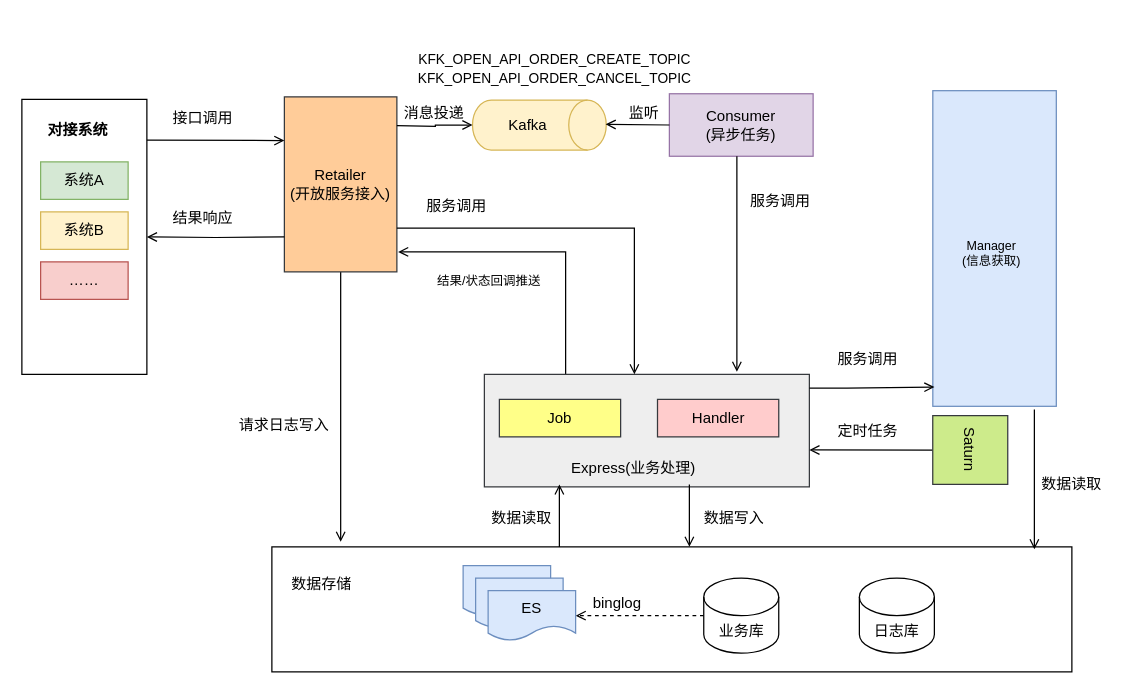
Above: page "标准接口方案设计" (5 of 7) of 导入.drawio in vvhard/draw_io (draw.io), before the change. Source tidied: cells renumbered, new cells numbered last; positions are measured from the earlier drawing's top-left corner, leaving out a move shared by most shapes. Both pictures are drawn from the tidied source at 125%, with x=0, y=0 at pixel (21, 49).
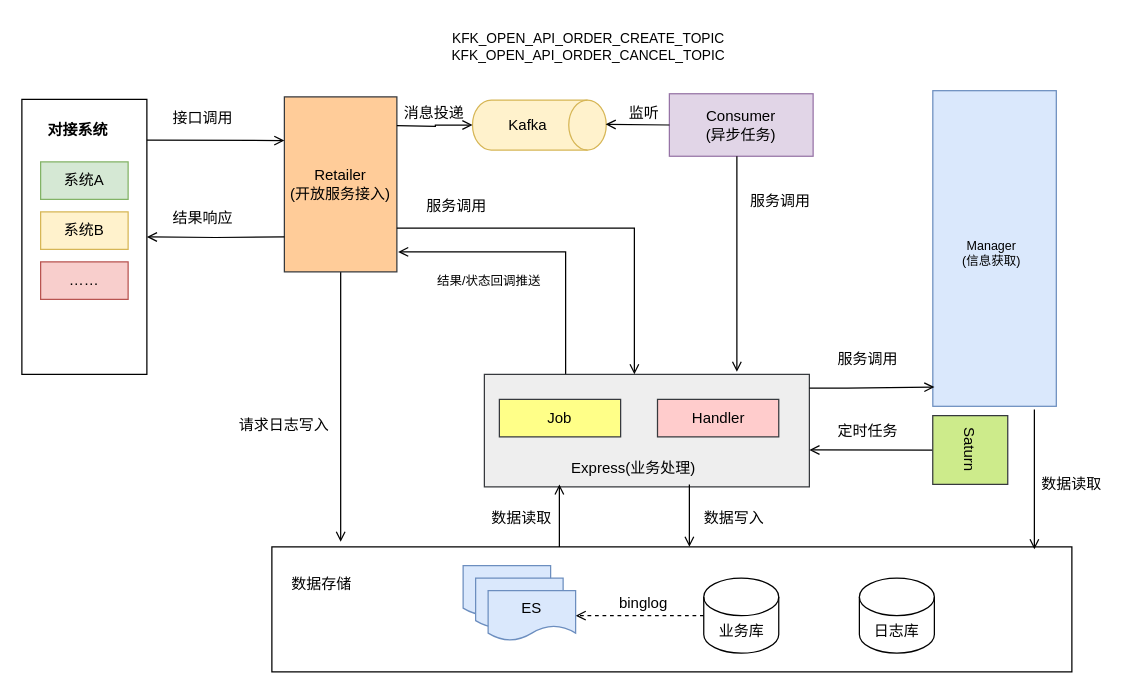
The same diagram, later.

Change to the diagram source:
```diff
@@
-    <mxCell id="12" value="&lt;font style=&quot;font-size: 11px;&quot;&gt;KFK_OPEN_API_ORDER_CREATE_TOPIC&lt;br&gt;&lt;/font&gt;&lt;span style=&quot;font-size: 11px;&quot;&gt;KFK_OPEN_API_ORDER_CANCEL_TOPIC&lt;/span&gt;" style="text;html=1;strokeColor=none;fillColor=none;align=center;verticalAlign=middle;whiteSpace=wrap;rounded=0;strokeWidth=1;fontSize=12;fontColor=#000000;" parent="1" vertex="1">
-      <mxGeometry x="300" width="253" height="30" as="geometry" />
-    </mxCell>
@@
     <mxCell id="33" value="binglog" style="text;html=1;strokeColor=none;fillColor=none;align=center;verticalAlign=middle;whiteSpace=wrap;rounded=0;strokeWidth=1;fontSize=12;fontColor=#000000;" parent="1" vertex="1">
-      <mxGeometry x="454" y="433" width="45" height="20" as="geometry" />
+      <mxGeometry x="474.8" y="433" width="45" height="20" as="geometry" />
     </mxCell>
@@
+    <mxCell id="55" value="&lt;font style=&quot;font-size: 11px;&quot;&gt;KFK_OPEN_API_ORDER_CREATE_TOPIC&lt;br style=&quot;font-size: 11px;&quot;&gt;KFK_OPEN_API_ORDER_CANCEL_T&lt;/font&gt;&lt;font style=&quot;font-size: 11px;&quot;&gt;OPI&lt;/font&gt;&lt;font style=&quot;font-size: 11px;&quot;&gt;C&lt;/font&gt;" style="text;html=1;strokeColor=none;fillColor=none;align=center;verticalAlign=middle;whiteSpace=wrap;rounded=0;strokeWidth=1;fontFamily=Helvetica;fontSize=11;fontColor=default;" parent="1" vertex="1">
+      <mxGeometry x="325.5" y="-22" width="254.5" height="40" as="geometry" />
+    </mxCell>
```
